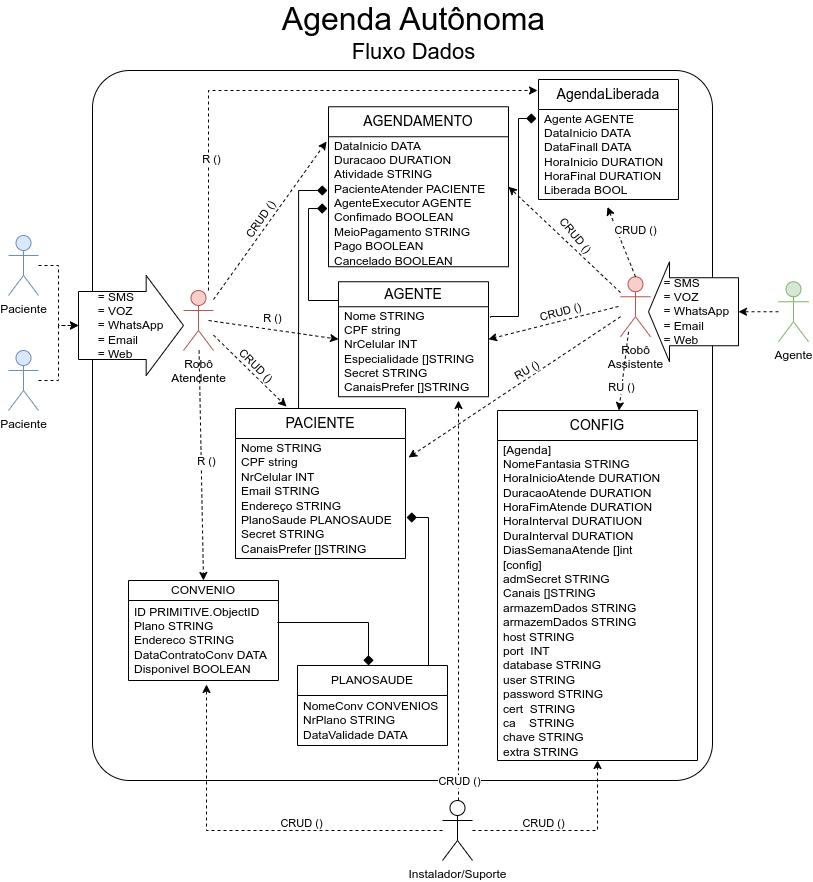
The draw.io diagram Agenda-Página-1.drawio.png in gunboe/Agenda, before a commit. Source tidied: cells renumbered, new cells last; positions are measured from the earlier drawing's top-left corner, leaving out a move shared by most shapes.
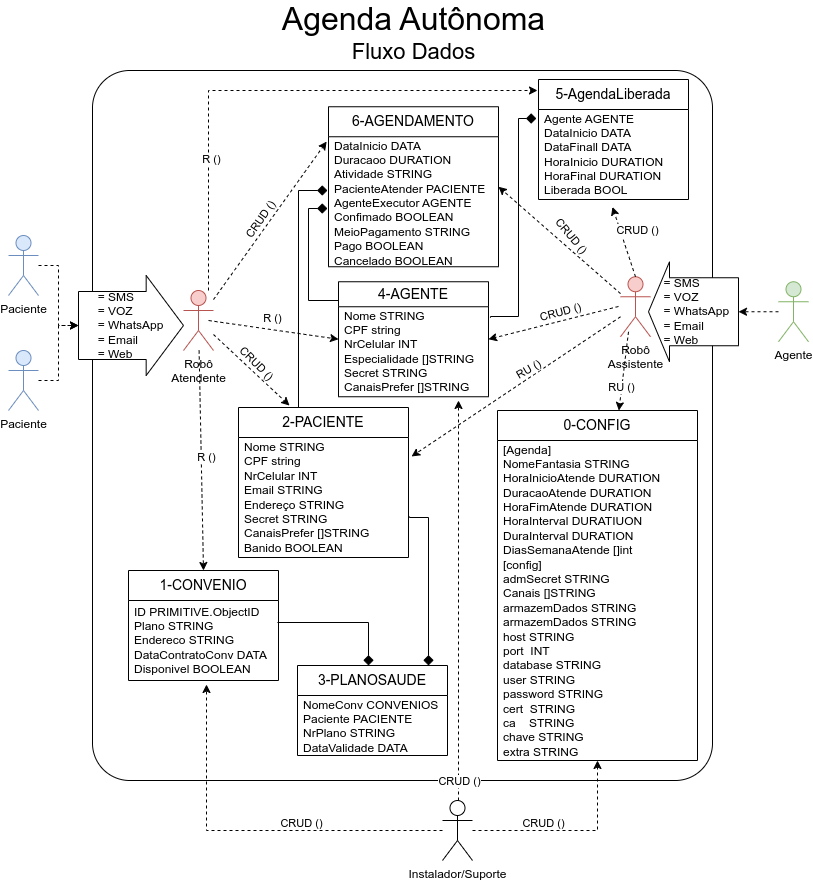
Later version of the same file.

Commit message:
Ajuste na arquitetura do Paciente-PlanoSaude da Agenda-Página-1.drawio.png

Change to the diagram source:
```diff
@@ -20,11 +20,11 @@
     <mxCell id="7" value="Paciente" style="shape=umlActor;verticalLabelPosition=bottom;verticalAlign=top;html=1;outlineConnect=0;fillColor=#dae8fc;strokeColor=#6c8ebf;" parent="1" vertex="1">
       <mxGeometry y="348" width="30" height="60" as="geometry" />
     </mxCell>
-    <mxCell id="8" value="&lt;font style=&quot;font-size: 14px;&quot;&gt;AGENDAMENTO&lt;/font&gt;" style="swimlane;fontStyle=0;horizontal=1;startSize=30;whiteSpace=wrap;html=1;" parent="1" vertex="1">
-      <mxGeometry x="320" y="104.2" width="180" height="160" as="geometry" />
+    <mxCell id="8" value="&lt;font style=&quot;font-size: 14px;&quot;&gt;6-AGENDAMENTO&lt;/font&gt;" style="swimlane;fontStyle=0;horizontal=1;startSize=30;whiteSpace=wrap;html=1;" parent="1" vertex="1">
+      <mxGeometry x="320" y="104.2" width="170" height="160" as="geometry" />
     </mxCell>
     <mxCell id="9" value="DataInicio DATA&lt;br style=&quot;border-color: var(--border-color); text-align: center;&quot;&gt;&lt;span style=&quot;text-align: center;&quot;&gt;Duracaoo DURATION&lt;/span&gt;&lt;br style=&quot;border-color: var(--border-color); text-align: center;&quot;&gt;&lt;span style=&quot;text-align: center;&quot;&gt;Atividade STRING&lt;/span&gt;&lt;br style=&quot;border-color: var(--border-color); text-align: center;&quot;&gt;PacienteAtender PACIENTE&lt;br style=&quot;border-color: var(--border-color);&quot;&gt;&lt;span style=&quot;text-align: center;&quot;&gt;AgenteExecutor AGENTE&lt;/span&gt;&lt;br style=&quot;border-color: var(--border-color); text-align: center;&quot;&gt;&lt;span style=&quot;text-align: center;&quot;&gt;Confimado BOOLEAN&lt;/span&gt;&lt;span style=&quot;text-align: center;&quot;&gt;&lt;br&gt;MeioPagamento STRING&lt;br&gt;Pago BOOLEAN&lt;br&gt;Cancelado BOOLEAN&lt;br&gt;&lt;/span&gt;" style="text;strokeColor=none;fillColor=none;align=left;verticalAlign=middle;spacingLeft=4;spacingRight=4;overflow=hidden;points=[[0,0.5],[1,0.5]];portConstraint=eastwest;whiteSpace=wrap;html=1;" parent="8" vertex="1">
-      <mxGeometry y="30" width="180" height="130" as="geometry" />
+      <mxGeometry y="30" width="170" height="130" as="geometry" />
     </mxCell>
     <mxCell id="10" style="endArrow=classic;html=1;rounded=0;entryX=-0.011;entryY=0.037;entryDx=0;entryDy=0;dashed=1;entryPerimeter=0;" parent="1" edge="1" source="19" target="9">
       <mxGeometry relative="1" as="geometry" />
@@ -34,10 +34,10 @@
         <mxPoint x="7" y="-21" as="offset" />
       </mxGeometry>
     </mxCell>
-    <mxCell id="12" value="&lt;font style=&quot;font-size: 14px;&quot;&gt;PACIENTE&lt;/font&gt;" style="swimlane;fontStyle=0;horizontal=1;startSize=30;whiteSpace=wrap;html=1;" parent="1" vertex="1">
-      <mxGeometry x="227" y="406" width="170" height="150" as="geometry" />
+    <mxCell id="12" value="&lt;font style=&quot;font-size: 14px;&quot;&gt;2-PACIENTE&lt;/font&gt;" style="swimlane;fontStyle=0;horizontal=1;startSize=30;whiteSpace=wrap;html=1;" parent="1" vertex="1">
+      <mxGeometry x="230" y="405" width="170" height="150" as="geometry" />
     </mxCell>
-    <mxCell id="13" value="Nome STRING&lt;br&gt;CPF string&lt;br&gt;NrCelular INT&lt;br&gt;Email STRING&lt;br&gt;Endereço STRING&lt;br&gt;PlanoSaude PLANOSAUDE&lt;br&gt;Secret STRING&lt;br&gt;CanaisPrefer []STRING" style="text;strokeColor=none;fillColor=none;align=left;verticalAlign=middle;spacingLeft=4;spacingRight=4;overflow=hidden;points=[[0,0.5],[1,0.5]];portConstraint=eastwest;whiteSpace=wrap;html=1;" parent="12" vertex="1">
+    <mxCell id="13" value="Nome STRING&lt;br&gt;CPF string&lt;br&gt;NrCelular INT&lt;br&gt;Email STRING&lt;br&gt;Endereço STRING&lt;br&gt;Secret STRING&lt;br&gt;CanaisPrefer []STRING&lt;br&gt;Banido BOOLEAN" style="text;strokeColor=none;fillColor=none;align=left;verticalAlign=middle;spacingLeft=4;spacingRight=4;overflow=hidden;points=[[0,0.5],[1,0.5]];portConstraint=eastwest;whiteSpace=wrap;html=1;" parent="12" vertex="1">
       <mxGeometry y="30" width="170" height="120" as="geometry" />
     </mxCell>
     <mxCell id="14" style="endArrow=classic;html=1;rounded=0;entryX=0.3;entryY=-0.013;entryDx=0;entryDy=0;dashed=1;entryPerimeter=0;" parent="1" edge="1" source="19" target="12">
@@ -65,7 +65,7 @@
     <mxCell id="20" value="&lt;div style=&quot;text-align: left;&quot;&gt;&lt;span style=&quot;background-color: initial;&quot;&gt;= SMS&lt;/span&gt;&lt;/div&gt;&lt;div style=&quot;text-align: left;&quot;&gt;&lt;span style=&quot;background-color: initial;&quot;&gt;= VOZ&lt;/span&gt;&lt;/div&gt;&lt;div style=&quot;text-align: left;&quot;&gt;&lt;span style=&quot;background-color: initial;&quot;&gt;= WhatsApp&lt;/span&gt;&lt;/div&gt;&lt;div style=&quot;text-align: left;&quot;&gt;&lt;span style=&quot;background-color: initial;&quot;&gt;= Email&lt;/span&gt;&lt;/div&gt;&lt;div style=&quot;text-align: left;&quot;&gt;&lt;span style=&quot;background-color: initial;&quot;&gt;= Web&lt;/span&gt;&lt;/div&gt;" style="shape=singleArrow;whiteSpace=wrap;html=1;arrowWidth=0.68;arrowSize=0.35555555555555557;" parent="1" vertex="1">
       <mxGeometry x="70" y="273" width="105" height="100" as="geometry" />
     </mxCell>
-    <mxCell id="21" value="&lt;font style=&quot;font-size: 14px;&quot;&gt;AGENTE&lt;/font&gt;" style="swimlane;fontStyle=0;horizontal=1;startSize=25;whiteSpace=wrap;html=1;" parent="1" vertex="1">
+    <mxCell id="21" value="&lt;font style=&quot;font-size: 14px;&quot;&gt;4-AGENTE&lt;/font&gt;" style="swimlane;fontStyle=0;horizontal=1;startSize=25;whiteSpace=wrap;html=1;" parent="1" vertex="1">
       <mxGeometry x="330" y="279.2" width="150" height="115" as="geometry" />
     </mxCell>
     <mxCell id="22" value="Nome STRING&lt;br&gt;CPF string&lt;br&gt;NrCelular INT&lt;br&gt;Especialidade []STRING&lt;br&gt;Secret STRING&lt;br&gt;CanaisPrefer []STRING" style="text;strokeColor=none;fillColor=none;align=left;verticalAlign=middle;spacingLeft=4;spacingRight=4;overflow=hidden;points=[[0,0.5],[1,0.5]];portConstraint=eastwest;whiteSpace=wrap;html=1;" parent="21" vertex="1">
@@ -113,7 +113,7 @@
         <mxPoint x="-2" y="-20" as="offset" />
       </mxGeometry>
     </mxCell>
-    <mxCell id="33" value="&lt;font style=&quot;font-size: 14px;&quot;&gt;CONFIG&lt;/font&gt;" style="swimlane;fontStyle=0;horizontal=1;startSize=30;whiteSpace=wrap;html=1;" parent="1" vertex="1">
+    <mxCell id="33" value="&lt;font style=&quot;font-size: 14px;&quot;&gt;0-CONFIG&lt;/font&gt;" style="swimlane;fontStyle=0;horizontal=1;startSize=30;whiteSpace=wrap;html=1;" parent="1" vertex="1">
       <mxGeometry x="489" y="408" width="200" height="350" as="geometry" />
     </mxCell>
     <mxCell id="34" value="[Agenda]&lt;br&gt;NomeFantasia STRING&lt;br&gt;HoraInicioAtende DURATION&lt;br&gt;DuracaoAtende DURATION&lt;br&gt;HoraFimAtende DURATION&lt;br&gt;HoraInterval DURATIUON&lt;br&gt;DuraInterval DURATION&lt;br&gt;DiasSemanaAtende []int&lt;br&gt;[config]&lt;br&gt;admSecret STRING&lt;br&gt;Canais []STRING&lt;br&gt;armazemDados STRING&lt;br&gt;&lt;div&gt;armazemDados STRING&lt;/div&gt;&lt;div&gt;host STRING&lt;/div&gt;&lt;div&gt;port&amp;nbsp; INT&lt;/div&gt;&lt;div&gt;database STRING&lt;/div&gt;&lt;div&gt;user STRING&lt;/div&gt;&lt;div&gt;password STRING&lt;/div&gt;&lt;div&gt;cert&amp;nbsp; STRING&lt;/div&gt;&lt;div&gt;ca&amp;nbsp; &amp;nbsp; STRING&lt;/div&gt;&lt;div&gt;chave STRING&lt;/div&gt;&lt;div&gt;extra STRING&lt;/div&gt;" style="text;strokeColor=none;fillColor=none;align=left;verticalAlign=middle;spacingLeft=4;spacingRight=4;overflow=hidden;whiteSpace=wrap;html=1;" parent="33" vertex="1">
@@ -122,11 +122,11 @@
     <mxCell id="35" style="edgeStyle=orthogonalEdgeStyle;rounded=0;jettySize=auto;html=1;entryX=0;entryY=0.5;entryDx=0;entryDy=0;entryPerimeter=0;dashed=1;" parent="1" edge="1" source="7" target="20">
       <mxGeometry relative="1" as="geometry" />
     </mxCell>
-    <mxCell id="36" value="PLANOSAUDE" style="swimlane;fontStyle=0;horizontal=1;startSize=30;whiteSpace=wrap;html=1;" parent="1" vertex="1">
-      <mxGeometry x="289" y="663" width="150" height="80" as="geometry" />
+    <mxCell id="36" value="&lt;font style=&quot;font-size: 14px;&quot;&gt;3-PLANOSAUDE&lt;/font&gt;" style="swimlane;fontStyle=0;horizontal=1;startSize=30;whiteSpace=wrap;html=1;" parent="1" vertex="1">
+      <mxGeometry x="289" y="663" width="150" height="90" as="geometry" />
     </mxCell>
-    <mxCell id="37" value="NomeConv CONVENIOS&lt;br&gt;NrPlano STRING&lt;br&gt;DataValidade DATA" style="text;strokeColor=none;fillColor=none;align=left;verticalAlign=middle;spacingLeft=4;spacingRight=4;overflow=hidden;whiteSpace=wrap;html=1;" parent="36" vertex="1">
-      <mxGeometry y="30" width="150" height="50" as="geometry" />
+    <mxCell id="37" value="NomeConv CONVENIOS&lt;br&gt;Paciente PACIENTE&lt;br&gt;NrPlano STRING&lt;br&gt;DataValidade DATA" style="text;strokeColor=none;fillColor=none;align=left;verticalAlign=middle;spacingLeft=4;spacingRight=4;overflow=hidden;whiteSpace=wrap;html=1;" parent="36" vertex="1">
+      <mxGeometry y="30" width="150" height="60" as="geometry" />
     </mxCell>
     <mxCell id="38" style="edgeStyle=orthogonalEdgeStyle;rounded=0;jettySize=auto;html=1;endArrow=none;endFill=0;endSize=8;startArrow=diamond;startFill=1;startSize=8;exitX=-0.006;exitY=0.552;exitDx=0;exitDy=0;exitPerimeter=0;" parent="1" edge="1" source="9" target="21">
       <mxGeometry relative="1" as="geometry">
@@ -169,11 +169,11 @@
         <mxPoint x="-2" y="3" as="offset" />
       </mxGeometry>
     </mxCell>
-    <mxCell id="45" value="&lt;font style=&quot;font-size: 14px;&quot;&gt;AgendaLiberada&lt;/font&gt;" style="swimlane;fontStyle=0;horizontal=1;startSize=30;whiteSpace=wrap;html=1;" parent="1" vertex="1">
-      <mxGeometry x="530" y="77" width="140" height="120" as="geometry" />
+    <mxCell id="45" value="&lt;font style=&quot;font-size: 14px;&quot;&gt;5-AgendaLiberada&lt;/font&gt;" style="swimlane;fontStyle=0;horizontal=1;startSize=30;whiteSpace=wrap;html=1;" parent="1" vertex="1">
+      <mxGeometry x="530" y="77" width="150" height="120" as="geometry" />
     </mxCell>
     <mxCell id="46" value="Agente AGENTE&lt;br&gt;DataInicio DATA&lt;br&gt;DataFinall DATA&lt;br&gt;HoraInicio DURATION&lt;br&gt;HoraFinal DURATION&lt;br&gt;Liberada BOOL" style="text;strokeColor=none;fillColor=none;align=left;verticalAlign=middle;spacingLeft=4;spacingRight=4;overflow=hidden;points=[[0,0.5],[1,0.5]];portConstraint=eastwest;whiteSpace=wrap;html=1;" parent="45" vertex="1">
-      <mxGeometry y="30" width="140" height="90" as="geometry" />
+      <mxGeometry y="30" width="150" height="90" as="geometry" />
     </mxCell>
     <mxCell id="47" style="endArrow=classic;html=1;rounded=0;entryX=0.493;entryY=1.083;entryDx=0;entryDy=0;dashed=1;entryPerimeter=0;exitX=0.5;exitY=0;exitDx=0;exitDy=0;exitPerimeter=0;" parent="1" edge="1" source="23" target="46">
       <mxGeometry relative="1" as="geometry" />
@@ -214,13 +214,13 @@
         <mxPoint y="-7" as="offset" />
       </mxGeometry>
     </mxCell>
-    <mxCell id="55" value="CONVENIO" style="swimlane;fontStyle=0;horizontal=1;startSize=20;whiteSpace=wrap;html=1;" parent="1" vertex="1">
-      <mxGeometry x="120" y="578" width="150" height="100" as="geometry" />
+    <mxCell id="55" value="&lt;font style=&quot;font-size: 14px;&quot;&gt;1-CONVENIO&lt;/font&gt;" style="swimlane;fontStyle=0;horizontal=1;startSize=30;whiteSpace=wrap;html=1;" parent="1" vertex="1">
+      <mxGeometry x="120" y="568" width="150" height="110" as="geometry" />
     </mxCell>
     <mxCell id="56" value="ID PRIMITIVE.ObjectID&lt;br&gt;Plano STRING&lt;br&gt;Endereco STRING&lt;br&gt;DataContratoConv DATA&lt;br&gt;Disponivel BOOLEAN" style="text;strokeColor=none;fillColor=none;align=left;verticalAlign=middle;spacingLeft=4;spacingRight=4;overflow=hidden;points=[[0,0.5],[1,0.5]];portConstraint=eastwest;whiteSpace=wrap;html=1;" parent="55" vertex="1">
-      <mxGeometry y="20" width="150" height="80" as="geometry" />
+      <mxGeometry y="30" width="150" height="80" as="geometry" />
     </mxCell>
-    <mxCell id="57" style="edgeStyle=orthogonalEdgeStyle;rounded=0;jettySize=auto;html=1;exitX=1.006;exitY=0.658;exitDx=0;exitDy=0;exitPerimeter=0;endArrow=none;endFill=0;endSize=8;startArrow=diamond;startFill=1;startSize=8;" parent="1" edge="1" source="13" target="36">
+    <mxCell id="57" style="edgeStyle=orthogonalEdgeStyle;rounded=0;jettySize=auto;html=1;exitX=1.006;exitY=0.658;exitDx=0;exitDy=0;exitPerimeter=0;endArrow=diamond;endFill=1;endSize=8;startArrow=none;startFill=0;startSize=8;" parent="1" edge="1" source="13" target="36">
       <mxGeometry relative="1" as="geometry">
         <Array as="points">
           <mxPoint x="420" y="515" />
```
